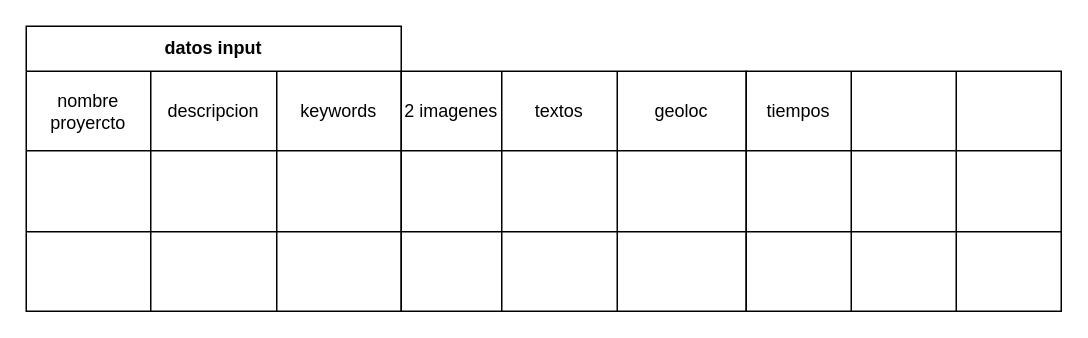
Earlier version of the draw.io diagram prohelvetia.drawio (atractorestudio/docs). Source tidied: cells renumbered, new cells numbered last; positions are measured from the earlier drawing's top-left corner, leaving out a move shared by most shapes. Both pictures are drawn from the tidied source at 150%, with x=0, y=0 at pixel (26, 26).
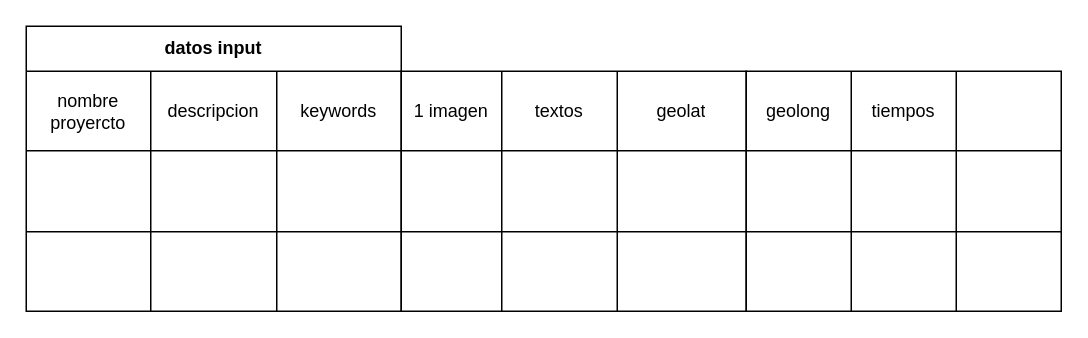
After the change.

The change refers to these unchanged cells:
```xml
<mxCell id="16" style="shape=partialRectangle;html=1;whiteSpace=wrap;fillColor=none;top=0;left=0;bottom=0;right=0;" parent="15" vertex="1">
  <mxGeometry width="230" height="53" as="geometry" />
</mxCell>
<mxCell id="29" style="shape=partialRectangle;html=1;whiteSpace=wrap;fillColor=none;top=0;left=0;bottom=0;right=0;" parent="28" vertex="1">
  <mxGeometry width="210" height="53" as="geometry" />
</mxCell>
```

Change to the diagram source:
```diff
@@
-    <mxCell id="17" value="2 imagenes" style="shape=partialRectangle;html=1;whiteSpace=wrap;fillColor=none;top=0;left=0;bottom=0;right=0;overflow=hidden;" parent="16" vertex="1">
+    <mxCell id="17" value="1 imagen" style="shape=partialRectangle;html=1;whiteSpace=wrap;fillColor=none;top=0;left=0;bottom=0;right=0;overflow=hidden;" parent="16" vertex="1">
       <mxGeometry width="67" height="53" as="geometry" />
     </mxCell>
@@
-    <mxCell id="19" value="geoloc" style="shape=partialRectangle;html=1;whiteSpace=wrap;fillColor=none;top=0;left=0;bottom=0;right=0;overflow=hidden;" parent="16" vertex="1">
+    <mxCell id="19" value="geolat" style="shape=partialRectangle;html=1;whiteSpace=wrap;fillColor=none;top=0;left=0;bottom=0;right=0;overflow=hidden;" parent="16" vertex="1">
       <mxGeometry x="144" width="86" height="53" as="geometry" />
     </mxCell>
@@
-    <mxCell id="30" value="tiempos" style="shape=partialRectangle;html=1;whiteSpace=wrap;fillColor=none;top=0;left=0;bottom=0;right=0;overflow=hidden;" parent="29" vertex="1">
+    <mxCell id="30" value="geolong" style="shape=partialRectangle;html=1;whiteSpace=wrap;fillColor=none;top=0;left=0;bottom=0;right=0;overflow=hidden;" parent="29" vertex="1">
       <mxGeometry width="70" height="53" as="geometry" />
     </mxCell>
-    <mxCell id="31" style="shape=partialRectangle;html=1;whiteSpace=wrap;fillColor=none;top=0;left=0;bottom=0;right=0;overflow=hidden;" parent="29" vertex="1">
+    <mxCell id="31" value="tiempos" style="shape=partialRectangle;html=1;whiteSpace=wrap;fillColor=none;top=0;left=0;bottom=0;right=0;overflow=hidden;" parent="29" vertex="1">
       <mxGeometry x="70" width="70" height="53" as="geometry" />
     </mxCell>
```
